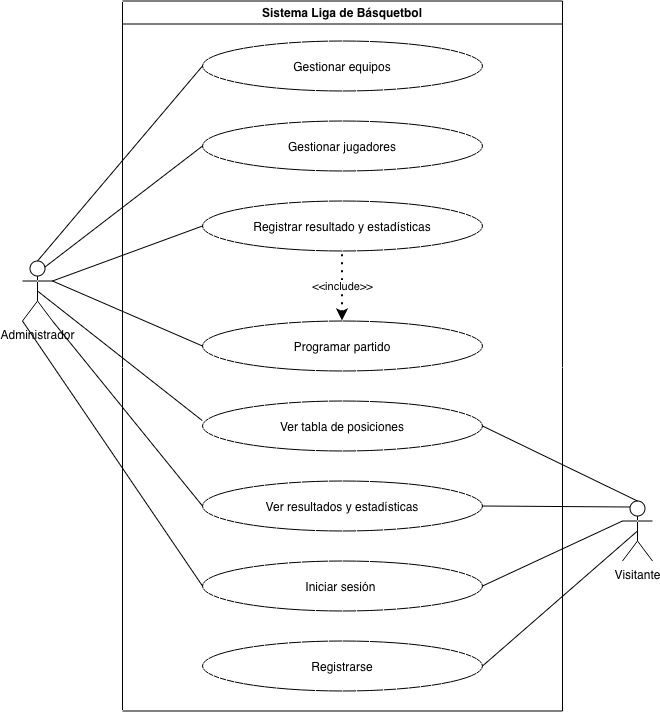
Earlier version of the draw.io export doc/diagramas/01_casos_de_uso.drawio.png (202312505e-sys/liga-basquetball). Source tidied: cells renumbered, new cells last; positions are measured from the earlier drawing's top-left corner, leaving out a move shared by most shapes.
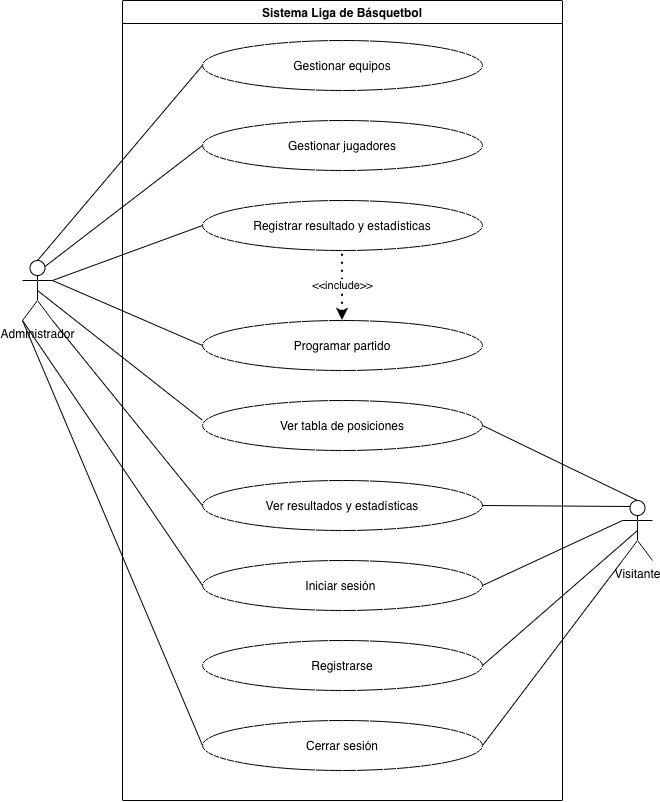
After the commit.

Commit message:
Agrega el caso de uso Cerrar sesión

Change to the diagram source:
```diff
@@ -2,14 +2,20 @@
   <root>
     <mxCell id="0" />
     <mxCell id="1" parent="0" />
+    <mxCell id="25" style="edgeStyle=none;html=1;exitX=0;exitY=1;exitDx=0;exitDy=0;exitPerimeter=0;entryX=0;entryY=0.5;entryDx=0;entryDy=0;endArrow=none;endFill=0;" parent="1" edge="1" source="2" target="27">
+      <mxGeometry relative="1" as="geometry" />
+    </mxCell>
     <mxCell id="2" value="Administrador" style="shape=umlActor;verticalLabelPosition=bottom;verticalAlign=top;html=1;outlineConnect=0;" parent="1" vertex="1">
       <mxGeometry y="260" width="30" height="60" as="geometry" />
     </mxCell>
+    <mxCell id="26" style="edgeStyle=none;html=1;exitX=0;exitY=1;exitDx=0;exitDy=0;exitPerimeter=0;entryX=1;entryY=0.5;entryDx=0;entryDy=0;endArrow=none;endFill=0;" parent="1" edge="1" source="3" target="27">
+      <mxGeometry relative="1" as="geometry" />
+    </mxCell>
     <mxCell id="3" value="Visitante&lt;div&gt;&lt;br&gt;&lt;/div&gt;" style="shape=umlActor;verticalLabelPosition=bottom;verticalAlign=top;html=1;outlineConnect=0;" parent="1" vertex="1">
       <mxGeometry x="600" y="500" width="30" height="60" as="geometry" />
     </mxCell>
     <mxCell id="4" value="Sistema Liga de Básquetbol" style="swimlane;" parent="1" vertex="1">
-      <mxGeometry x="100" width="440" height="710" as="geometry" />
+      <mxGeometry x="100" width="440" height="800" as="geometry" />
     </mxCell>
     <mxCell id="5" value="Gestionar equipos" style="ellipse;whiteSpace=wrap;html=1;shapeInside=1;" parent="4" vertex="1">
       <mxGeometry x="80" y="40" width="280" height="50" as="geometry" />
@@ -38,6 +44,9 @@
     <mxCell id="13" value="&amp;lt;&amp;lt;include&amp;gt;&amp;gt;" style="endArrow=none;dashed=1;html=1;dashPattern=1 3;strokeWidth=2;exitX=0.5;exitY=0;exitDx=0;exitDy=0;endFill=0;startArrow=classic;startFill=1;entryX=0.5;entryY=1;entryDx=0;entryDy=0;" parent="4" edge="1" source="8" target="7">
       <mxGeometry relative="1" as="geometry" />
     </mxCell>
+    <mxCell id="27" value="&lt;div&gt;Cerrar sesión&lt;/div&gt;" style="ellipse;whiteSpace=wrap;html=1;shapeInside=1;" parent="4" vertex="1">
+      <mxGeometry x="80" y="720" width="280" height="50" as="geometry" />
+    </mxCell>
     <mxCell id="14" style="endArrow=none;html=1;entryX=0;entryY=0.5;entryDx=0;entryDy=0;exitX=0.5;exitY=0;exitDx=0;exitDy=0;exitPerimeter=0;" parent="1" edge="1" source="2" target="5">
       <mxGeometry relative="1" as="geometry" />
     </mxCell>
```
